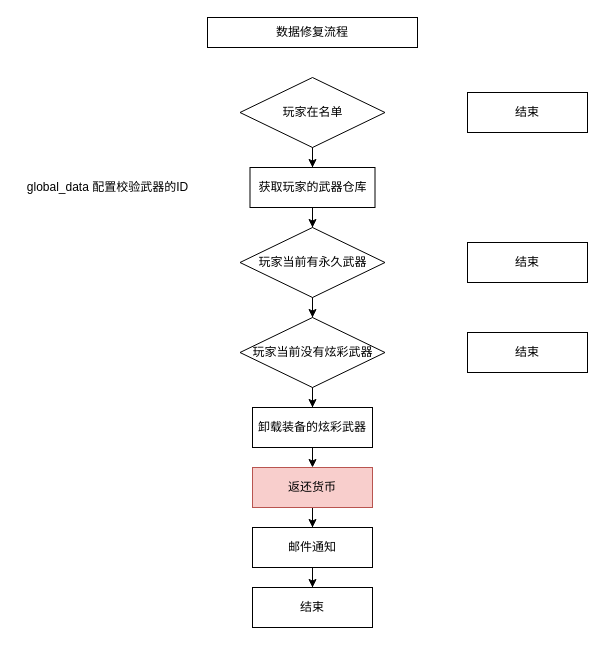
Above: SSJJ2/炫彩武器数据修复.drawio in Ordertiny/graph (draw.io), before the change. Source tidied: cells renumbered, new cells numbered last; positions are measured from the earlier drawing's top-left corner, leaving out a move shared by most shapes. Both pictures are drawn from the tidied source at 100%, with x=0, y=0 at pixel (17, 17).
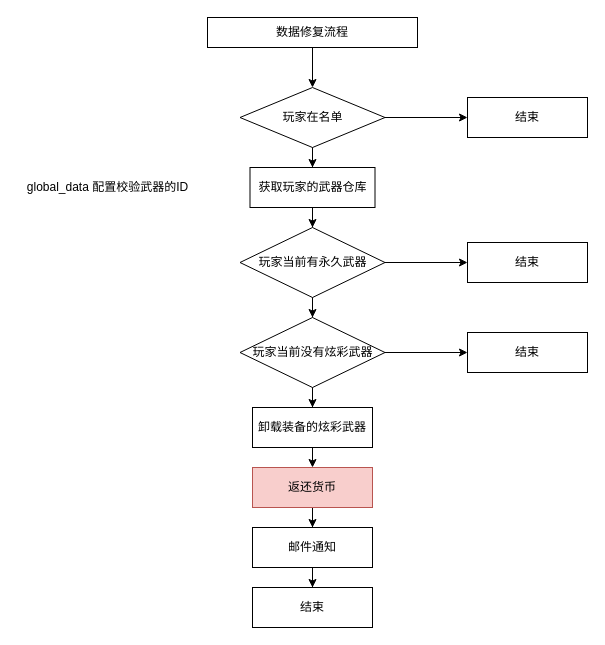
The same page after the edit.

Commit message (it also covers changes not shown here):
更新炫彩武器数据修复.drawio

The change refers to these unchanged cells:
```xml
<mxCell id="2" value="数据修复流程" style="rounded=0;whiteSpace=wrap;html=1;" parent="1" vertex="1">
  <mxGeometry x="190" width="210" height="30" as="geometry" />
</mxCell>
<mxCell id="10" value="玩家当前有永久武器" style="rhombus;whiteSpace=wrap;html=1;" parent="1" vertex="1">
  <mxGeometry x="222.5" y="210" width="145" height="70" as="geometry" />
</mxCell>
<mxCell id="11" value="结束" style="rounded=0;whiteSpace=wrap;html=1;" parent="1" vertex="1">
  <mxGeometry x="450" y="225" width="120" height="40" as="geometry" />
</mxCell>
<mxCell id="13" value="玩家当前没有炫彩武器" style="rhombus;whiteSpace=wrap;html=1;" parent="1" vertex="1">
  <mxGeometry x="222.5" y="300" width="145" height="70" as="geometry" />
</mxCell>
<mxCell id="14" value="结束" style="rounded=0;whiteSpace=wrap;html=1;" parent="1" vertex="1">
  <mxGeometry x="450" y="315" width="120" height="40" as="geometry" />
</mxCell>
```

The edit, as a diff of the source:
```diff
@@
+    <mxCell id="22" style="edgeStyle=orthogonalEdgeStyle;rounded=0;jettySize=auto;html=1;exitX=0.5;exitY=1;exitDx=0;exitDy=0;entryX=0.5;entryY=0;entryDx=0;entryDy=0;" parent="1" edge="1" source="2" target="4">
+      <mxGeometry relative="1" as="geometry" />
+    </mxCell>
@@
+    <mxCell id="23" style="edgeStyle=orthogonalEdgeStyle;rounded=0;jettySize=auto;html=1;exitX=1;exitY=0.5;exitDx=0;exitDy=0;" parent="1" edge="1" source="4" target="5">
+      <mxGeometry relative="1" as="geometry" />
+    </mxCell>
     <mxCell id="4" value="玩家在名单" style="rhombus;whiteSpace=wrap;html=1;" parent="1" vertex="1">
-      <mxGeometry x="222.5" y="60" width="145" height="70" as="geometry" />
+      <mxGeometry x="222.5" y="70" width="145" height="60" as="geometry" />
     </mxCell>
     <mxCell id="5" value="结束" style="rounded=0;whiteSpace=wrap;html=1;" parent="1" vertex="1">
-      <mxGeometry x="450" y="75" width="120" height="40" as="geometry" />
+      <mxGeometry x="450" y="80" width="120" height="40" as="geometry" />
     </mxCell>
@@
+    <mxCell id="24" style="edgeStyle=orthogonalEdgeStyle;rounded=0;jettySize=auto;html=1;exitX=1;exitY=0.5;exitDx=0;exitDy=0;" parent="1" edge="1" source="10" target="11">
+      <mxGeometry relative="1" as="geometry" />
+    </mxCell>
@@
+    <mxCell id="25" style="edgeStyle=orthogonalEdgeStyle;rounded=0;jettySize=auto;html=1;exitX=1;exitY=0.5;exitDx=0;exitDy=0;entryX=0;entryY=0.5;entryDx=0;entryDy=0;" parent="1" edge="1" source="13" target="14">
+      <mxGeometry relative="1" as="geometry" />
+    </mxCell>
```
